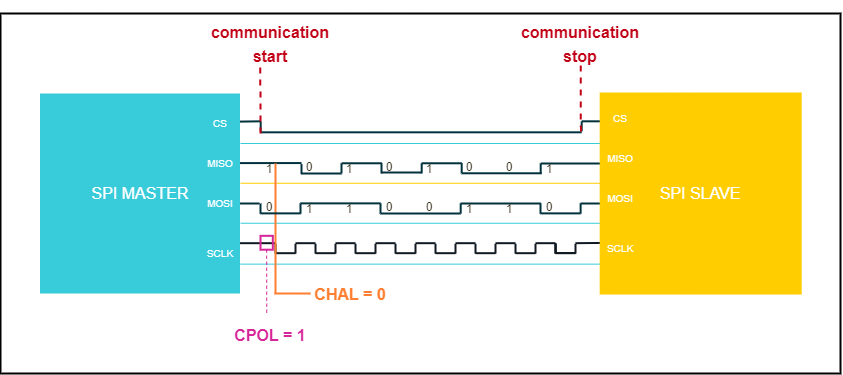
Above: draw.io/PE Articles/General knowledge/Fundamentals/SPI 101 A Beginner's Guide To Serial Communication/Mode 2 (PE).png in PLAY-Embedded/pe_assets (draw.io), before the change. Source tidied: cells renumbered, new cells last; positions are measured from the earlier drawing's top-left corner, leaving out a move shared by most shapes.
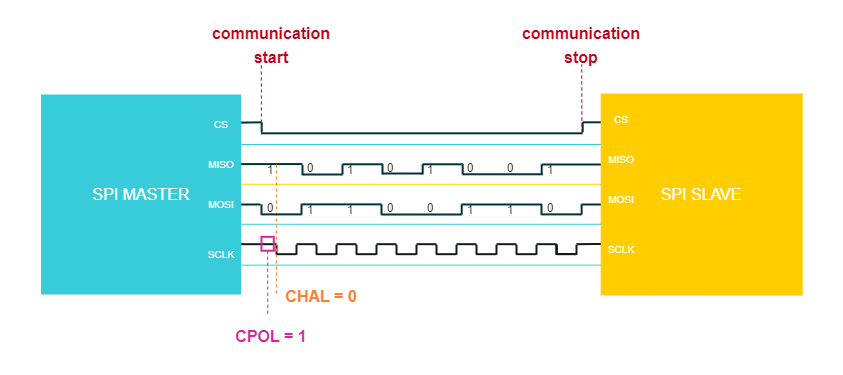
Later version of the same file.

The edit, as a diff of the source:
```diff
@@ -279,7 +279,7 @@
         <mxPoint x="10" y="-10" as="offset" />
       </mxGeometry>
     </mxCell>
-    <mxCell id="49" style="rounded=0;whiteSpace=wrap;html=1;strokeColor=default;strokeWidth=2;fontFamily=Arial;fontSize=12;fontColor=#FFFFFF;fillColor=none;" parent="1" vertex="1">
+    <mxCell id="49" style="rounded=0;whiteSpace=wrap;html=1;strokeColor=none;strokeWidth=2;fontFamily=Arial;fontSize=12;fontColor=#FFFFFF;fillColor=none;" parent="1" vertex="1">
       <mxGeometry width="840" height="360" as="geometry" />
     </mxCell>
     <mxCell id="50" value="&lt;font style=&quot;font-size: 10px;&quot; color=&quot;#ffffff&quot;&gt;MISO&lt;/font&gt;" style="rounded=0;whiteSpace=wrap;html=1;strokeColor=none;strokeWidth=2;fillColor=none;fontColor=#8CE030;align=right;" parent="1" vertex="1">
@@ -330,7 +330,7 @@
         <mxPoint x="600.2" y="169.8" as="targetPoint" />
       </mxGeometry>
     </mxCell>
-    <mxCell id="62" style="endArrow=none;dashed=1;html=1;strokeWidth=2;rounded=0;strokeColor=#C10016;fontFamily=Arial;fontSize=10;fontColor=#FFFFFF;fillColor=#C10016;startArrow=none;startFill=0;entryX=0.449;entryY=1.025;entryDx=0;entryDy=0;entryPerimeter=0;" parent="1" edge="1" target="69">
+    <mxCell id="62" style="endArrow=none;dashed=1;html=1;strokeWidth=1;rounded=0;strokeColor=#C10016;fontFamily=Arial;fontSize=10;fontColor=#FFFFFF;fillColor=#C10016;startArrow=none;startFill=0;entryX=0.449;entryY=1.025;entryDx=0;entryDy=0;entryPerimeter=0;" parent="1" edge="1" target="69">
       <mxGeometry relative="1" as="geometry">
         <mxPoint x="260" y="120" as="sourcePoint" />
       </mxGeometry>
@@ -359,7 +359,7 @@
     <mxCell id="70" value="&lt;p style=&quot;line-height: 110%;&quot;&gt;&lt;font style=&quot;font-size: 16px;&quot; color=&quot;#c10016&quot;&gt;&lt;b&gt;communication&lt;br&gt;stop&lt;/b&gt;&lt;/font&gt;&lt;/p&gt;" style="rounded=0;whiteSpace=wrap;html=1;strokeColor=none;strokeWidth=2;fontFamily=Arial;fontSize=20;fontColor=#101820;fillColor=none;" parent="1" vertex="1">
       <mxGeometry x="480.2" y="10" width="200" height="40" as="geometry" />
     </mxCell>
-    <mxCell id="71" style="endArrow=none;dashed=1;html=1;strokeWidth=2;rounded=0;strokeColor=#C10016;fontFamily=Arial;fontSize=10;fontColor=#FFFFFF;fillColor=#C10016;startArrow=none;startFill=0;entryX=0.449;entryY=1.025;entryDx=0;entryDy=0;entryPerimeter=0;" parent="1" edge="1">
+    <mxCell id="71" style="endArrow=none;dashed=1;html=1;strokeWidth=1;rounded=0;strokeColor=#C10016;fontFamily=Arial;fontSize=10;fontColor=#FFFFFF;fillColor=#C10016;startArrow=none;startFill=0;entryX=0.449;entryY=1.025;entryDx=0;entryDy=0;entryPerimeter=0;" parent="1" edge="1">
       <mxGeometry x="0.43" y="-130" relative="1" as="geometry">
         <mxPoint x="580.4" y="118" as="sourcePoint" />
         <mxPoint x="580.2" y="50" as="targetPoint" />
@@ -374,16 +374,9 @@
       </mxGeometry>
     </mxCell>
     <mxCell id="74" value="&lt;b style=&quot;border-color: var(--border-color); font-size: 16px;&quot;&gt;&lt;font color=&quot;#ff7f32&quot;&gt;CHAL = 0&lt;/font&gt;&lt;/b&gt;" style="rounded=0;whiteSpace=wrap;html=1;strokeColor=none;strokeWidth=2;fontFamily=Arial;fontSize=20;fontColor=#101820;fillColor=none;" parent="1" vertex="1">
-      <mxGeometry x="310" y="258.9" width="80" height="40" as="geometry" />
+      <mxGeometry x="280" y="260" width="80" height="40" as="geometry" />
     </mxCell>
-    <mxCell id="75" style="endArrow=none;html=1;rounded=0;strokeColor=#FF7F32;strokeWidth=2;fontFamily=Arial;fontSize=20;fontColor=#C10016;fillColor=#FF7F32;" parent="1" edge="1">
-      <mxGeometry x="-1" y="45" relative="1" as="geometry">
-        <mxPoint x="274" y="280" as="sourcePoint" />
-        <mxPoint x="310" y="280" as="targetPoint" />
-        <mxPoint x="-5" y="-20" as="offset" />
-      </mxGeometry>
-    </mxCell>
-    <mxCell id="76" style="endArrow=none;html=1;rounded=0;strokeColor=#FF7F32;strokeWidth=2;fontFamily=Arial;fontSize=20;fontColor=#C10016;fillColor=#FF7F32;" parent="1" edge="1">
+    <mxCell id="76" style="endArrow=none;html=1;rounded=0;strokeColor=#FF7F32;strokeWidth=1;fontFamily=Arial;fontSize=20;fontColor=#C10016;fillColor=#FF7F32;dashed=1;" parent="1" edge="1">
       <mxGeometry x="-1" y="45" relative="1" as="geometry">
         <mxPoint x="275" y="150" as="sourcePoint" />
         <mxPoint x="275" y="280.3" as="targetPoint" />
```
